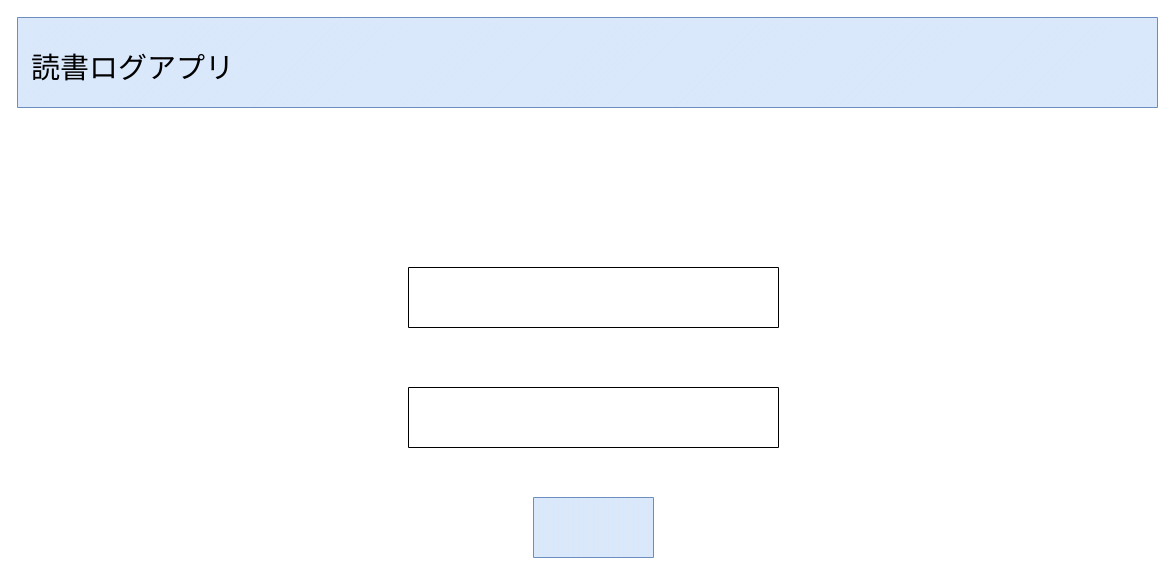
Above: page "ページ1" (1 of 2) of ログインページ.drawio in ono-Rom5-6/student-reading-log (draw.io), before the change. Source tidied: cells renumbered, new cells numbered last; positions are measured from the earlier drawing's top-left corner, leaving out a move shared by most shapes. Both pictures are drawn from the tidied source at 100%, with x=0, y=0 at pixel (17, 17).
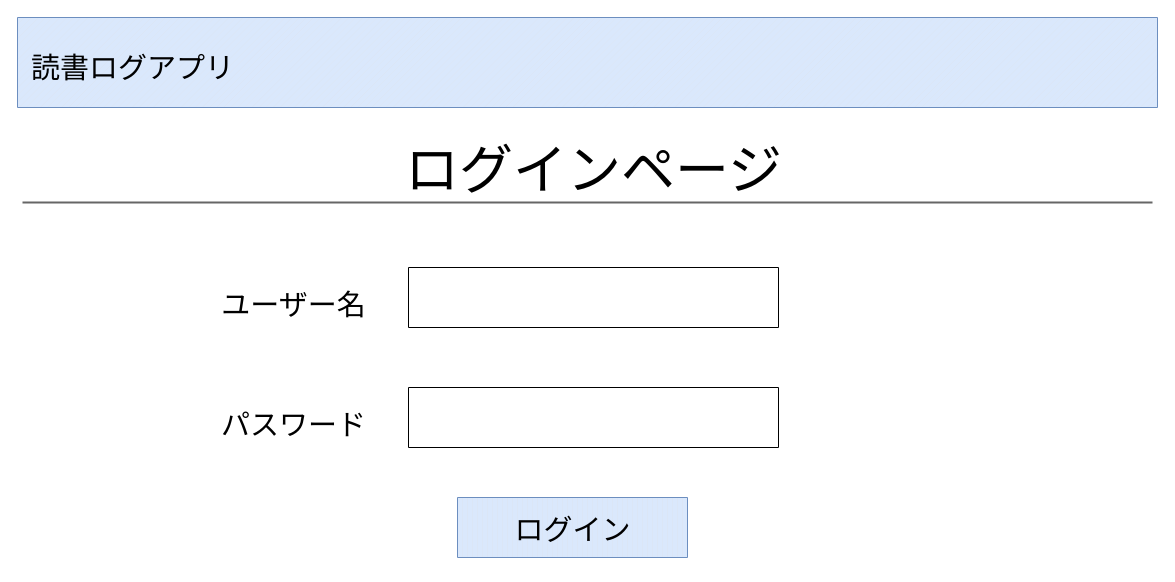
Above is the later version.

Commit message (it also covers changes not shown here):
ログインページ.drawio を更新します

What changed in the source:
```diff
@@
 <mxGraphModel>
   <root>
     <mxCell id="0" />
     <mxCell id="1" parent="0" />
     <mxCell id="2" value="&lt;h1&gt;&lt;br&gt;&lt;/h1&gt;" style="verticalLabelPosition=middle;verticalAlign=middle;html=1;shape=mxgraph.basic.patternFillRect;fillStyle=diag;step=5;fillStrokeWidth=0.2;fillStrokeColor=#dddddd;fillColor=#dae8fc;strokeColor=#6c8ebf;labelPosition=center;align=center;" parent="1" vertex="1">
       <mxGeometry width="1140" height="90" as="geometry" />
     </mxCell>
     <mxCell id="3" style="verticalLabelPosition=bottom;verticalAlign=top;html=1;shape=mxgraph.basic.rect;fillColor2=none;strokeWidth=1;size=20;indent=5;" parent="1" vertex="1">
       <mxGeometry x="391" y="250" width="370" height="60" as="geometry" />
     </mxCell>
     <mxCell id="4" style="verticalLabelPosition=bottom;verticalAlign=top;html=1;shape=mxgraph.basic.rect;fillColor2=none;strokeWidth=1;size=20;indent=5;" parent="1" vertex="1">
       <mxGeometry x="391" y="370" width="370" height="60" as="geometry" />
     </mxCell>
     <mxCell id="5" style="verticalLabelPosition=bottom;verticalAlign=top;html=1;shape=mxgraph.basic.patternFillRect;fillStyle=vert;step=5;fillStrokeWidth=0.2;fillStrokeColor=#dddddd;fillColor=#dae8fc;strokeColor=#6c8ebf;" parent="1" vertex="1">
-      <mxGeometry x="516" y="480" width="120" height="60" as="geometry" />
+      <mxGeometry x="440" y="480" width="230" height="60" as="geometry" />
     </mxCell>
     <mxCell id="6" value="&lt;font style=&quot;font-size: 29px;&quot;&gt;読書ログアプリ&lt;/font&gt;" style="verticalLabelPosition=middle;verticalAlign=middle;html=1;shape=mxgraph.basic.rect;fillColor2=none;strokeWidth=1;size=20;indent=5;labelPosition=center;align=center;fontSize=50;fillColor=none;strokeColor=none;" parent="1" vertex="1">
       <mxGeometry width="230" height="85" as="geometry" />
     </mxCell>
+    <mxCell id="7" style="line;strokeWidth=2;html=1;fillColor=#f5f5f5;fontColor=#333333;strokeColor=#666666;labelPosition=center;verticalLabelPosition=middle;align=center;verticalAlign=middle;fontSize=30;" parent="1" vertex="1">
+      <mxGeometry x="5" y="130" width="1130" height="110" as="geometry" />
+    </mxCell>
+    <mxCell id="8" value="&lt;span style=&quot;font-size: 54px;&quot;&gt;ログインページ&lt;/span&gt;" style="verticalLabelPosition=middle;verticalAlign=middle;html=1;shape=mxgraph.basic.rect;fillColor2=none;strokeWidth=1;size=20;indent=5;labelPosition=center;align=center;fontSize=54;fillColor=none;strokeColor=none;" parent="1" vertex="1">
+      <mxGeometry x="461" y="110" width="230" height="85" as="geometry" />
+    </mxCell>
+    <mxCell id="9" value="&lt;font style=&quot;font-size: 29px;&quot;&gt;ユーザー名&lt;/font&gt;" style="verticalLabelPosition=middle;verticalAlign=middle;html=1;shape=mxgraph.basic.rect;fillColor2=none;strokeWidth=1;size=20;indent=5;labelPosition=center;align=center;fontSize=50;fillColor=none;strokeColor=none;" parent="1" vertex="1">
+      <mxGeometry x="161" y="237.5" width="230" height="85" as="geometry" />
+    </mxCell>
+    <mxCell id="10" value="&lt;font style=&quot;font-size: 29px;&quot;&gt;パスワード&lt;/font&gt;" style="verticalLabelPosition=middle;verticalAlign=middle;html=1;shape=mxgraph.basic.rect;fillColor2=none;strokeWidth=1;size=20;indent=5;labelPosition=center;align=center;fontSize=50;fillColor=none;strokeColor=none;" parent="1" vertex="1">
+      <mxGeometry x="161" y="357.5" width="230" height="85" as="geometry" />
+    </mxCell>
+    <mxCell id="11" value="&lt;span style=&quot;font-size: 29px;&quot;&gt;ログイン&lt;/span&gt;" style="verticalLabelPosition=middle;verticalAlign=middle;html=1;shape=mxgraph.basic.rect;fillColor2=none;strokeWidth=1;size=20;indent=5;labelPosition=center;align=center;fontSize=50;fillColor=none;strokeColor=none;" parent="1" vertex="1">
+      <mxGeometry x="440" y="462.5" width="230" height="85" as="geometry" />
+    </mxCell>
   </root>
 </mxGraphModel>
```
